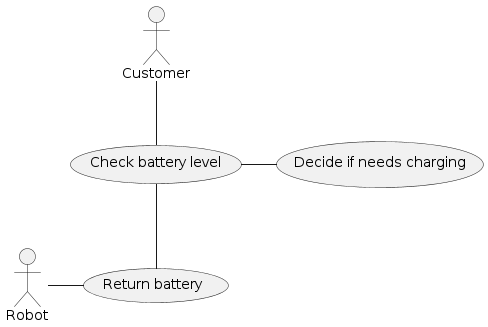
This is docs/design/usecases/usecase3.png from ur-cs-courses/course-project-catch-up, a PlantUML export, as it was before one commit. Source of this version:
```plantuml
@startuml UseCase3

actor Customer as C
actor Robot as R

usecase Battery as "Check battery level"
usecase GiveBattery as "Return battery"
usecase NeedsCharge as "Decide if needs charging"

C -- Battery
Battery -- GiveBattery
R - GiveBattery
Battery - NeedsCharge
@enduml
```
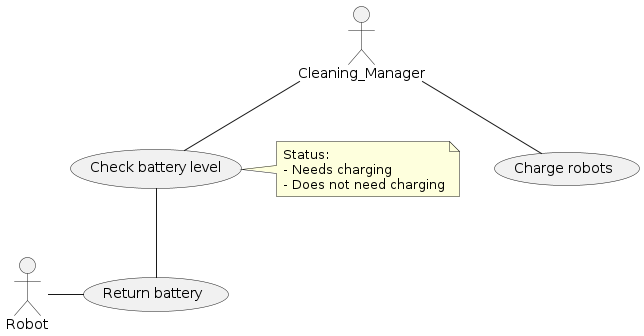
Later version of the same file.

Change to the diagram source:
```diff
@@ -1,14 +1,20 @@
 @startuml UseCase3
 
-actor Customer as C
+actor Cleaning_Manager  as C
 actor Robot as R
 
 usecase Battery as "Check battery level"
 usecase GiveBattery as "Return battery"
-usecase NeedsCharge as "Decide if needs charging"
+usecase Charge as "Charge robots"
 
 C -- Battery
+C -- Charge
 Battery -- GiveBattery
 R - GiveBattery
-Battery - NeedsCharge
+note right of Battery
+    Status:
+    - Needs charging
+    - Does not need charging
+end note
+
 @enduml
```
